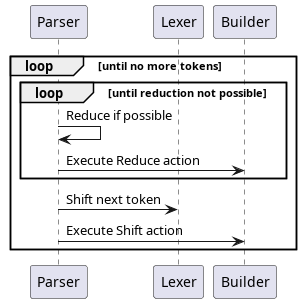
Above: docs/img/parsing-process.png in igordejanovic/rustemo (PlantUML), before the change. The source it was exported from:
```plantuml
@startuml
participant Parser
participant Lexer
participant Builder
loop until no more tokens
    loop until reduction not possible
        Parser -> Parser: Reduce if possible
        Parser -> Builder: Execute Reduce action
    end
    Parser -> Lexer: Shift next token
    Parser -> Builder: Execute Shift action
end
@enduml
```
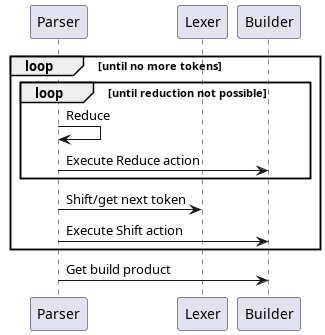
The same diagram one commit later.

Commit message:
Improve parsing diagram

What changed in the source:
```diff
@@ -4,10 +4,11 @@
 participant Builder
 loop until no more tokens
     loop until reduction not possible
-        Parser -> Parser: Reduce if possible
+        Parser -> Parser: Reduce
         Parser -> Builder: Execute Reduce action
     end
-    Parser -> Lexer: Shift next token
+    Parser -> Lexer: Shift/get next token
     Parser -> Builder: Execute Shift action
 end
+Parser -> Builder: Get build product
 @enduml
```
